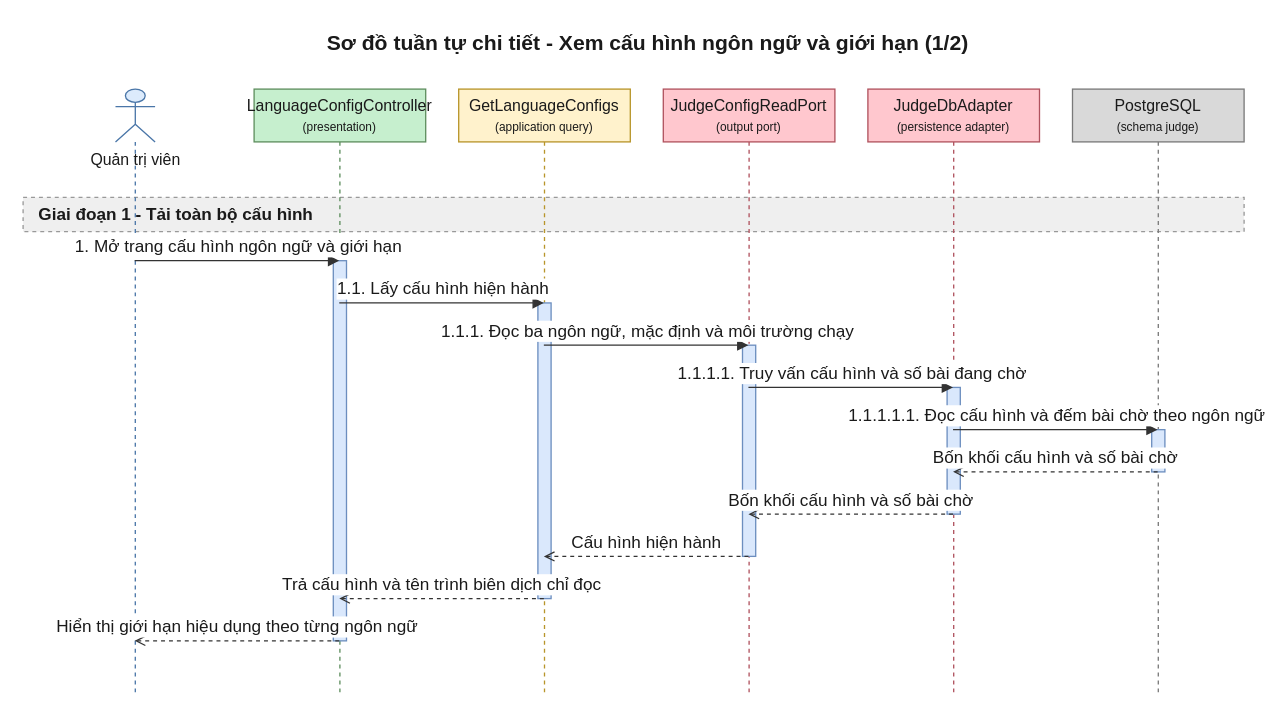
The draw.io diagram 08-diagram/sequence/admin/sequence_admin_cau_hinh_ngon_ngu_gioi_han_p1.drawio in daiphu1801/PRJ_ALGOPREP, before the edit. Source tidied: cells renumbered, new cells numbered last; positions are measured from the earlier drawing's top-left corner, leaving out a move shared by most shapes. Both pictures are drawn from the tidied source at 132%, with x=0, y=0 at pixel (22, 22).
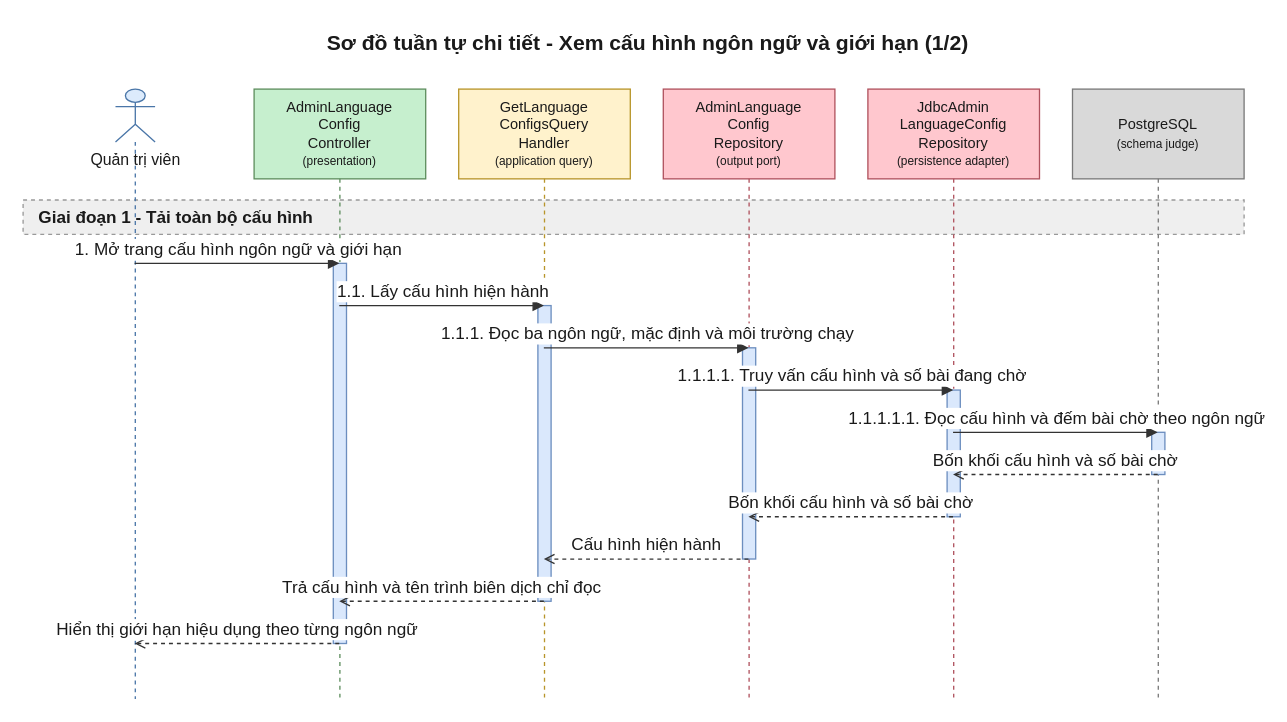
Above is the later version.

What changed in the source:
```diff
@@
     <mxCell id="3" value="Giai đoạn 1 - Tải toàn bộ cấu hình" style="algoprep=phase;rounded=0;whiteSpace=wrap;html=1;fillColor=#EFEFEF;strokeColor=#999999;dashed=1;align=left;verticalAlign=middle;spacingLeft=10;fontColor=#1A1A1A;fontSize=13;fontStyle=1;" parent="1" vertex="1">
-      <mxGeometry y="132" width="925" height="26" as="geometry" />
+      <mxGeometry y="134" width="925" height="26" as="geometry" />
     </mxCell>
     <mxCell id="4" value="Quản trị viên" style="shape=umlLifeline;participant=umlActor;perimeter=lifelinePerimeter;html=1;outlineConnect=0;size=40;verticalAlign=top;spacingTop=40;fillColor=#DCEBFC;strokeColor=#4A76A8;fontColor=#1A1A1A;" parent="1" vertex="1">
-      <mxGeometry x="70" y="50" width="30" height="460" as="geometry" />
+      <mxGeometry x="70" y="50" width="30" height="462" as="geometry" />
     </mxCell>
-    <mxCell id="5" value="LanguageConfigController&lt;br&gt;&lt;font style=&quot;font-size:9px&quot;&gt;(presentation)&lt;/font&gt;" style="shape=umlLifeline;perimeter=lifelinePerimeter;whiteSpace=wrap;html=1;outlineConnect=0;size=40;fillColor=#C6EFCE;strokeColor=#5E8E5E;fontColor=#1A1A1A;" parent="1" vertex="1">
-      <mxGeometry x="175" y="50" width="130" height="460" as="geometry" />
+    <mxCell id="5" value="AdminLanguage&lt;br&gt;Config&lt;br&gt;Controller&lt;br&gt;&lt;font style=&quot;font-size:9px&quot;&gt;(presentation)&lt;/font&gt;" style="shape=umlLifeline;perimeter=lifelinePerimeter;whiteSpace=wrap;html=1;outlineConnect=0;size=68;fontSize=11;fillColor=#C6EFCE;strokeColor=#5E8E5E;fontColor=#1A1A1A;" parent="1" vertex="1">
+      <mxGeometry x="175" y="50" width="130" height="462" as="geometry" />
     </mxCell>
-    <mxCell id="6" value="GetLanguageConfigs&lt;br&gt;&lt;font style=&quot;font-size:9px&quot;&gt;(application query)&lt;/font&gt;" style="shape=umlLifeline;perimeter=lifelinePerimeter;whiteSpace=wrap;html=1;outlineConnect=0;size=40;fillColor=#FFF2CC;strokeColor=#B8952A;fontColor=#1A1A1A;" parent="1" vertex="1">
-      <mxGeometry x="330" y="50" width="130" height="460" as="geometry" />
+    <mxCell id="6" value="GetLanguage&lt;br&gt;ConfigsQuery&lt;br&gt;Handler&lt;br&gt;&lt;font style=&quot;font-size:9px&quot;&gt;(application query)&lt;/font&gt;" style="shape=umlLifeline;perimeter=lifelinePerimeter;whiteSpace=wrap;html=1;outlineConnect=0;size=68;fontSize=11;fillColor=#FFF2CC;strokeColor=#B8952A;fontColor=#1A1A1A;" parent="1" vertex="1">
+      <mxGeometry x="330" y="50" width="130" height="462" as="geometry" />
     </mxCell>
-    <mxCell id="7" value="JudgeConfigReadPort&lt;br&gt;&lt;font style=&quot;font-size:9px&quot;&gt;(output port)&lt;/font&gt;" style="shape=umlLifeline;perimeter=lifelinePerimeter;whiteSpace=wrap;html=1;outlineConnect=0;size=40;fillColor=#FFC7CE;strokeColor=#B0525E;fontColor=#1A1A1A;" parent="1" vertex="1">
-      <mxGeometry x="485" y="50" width="130" height="460" as="geometry" />
+    <mxCell id="7" value="AdminLanguage&lt;br&gt;Config&lt;br&gt;Repository&lt;br&gt;&lt;font style=&quot;font-size:9px&quot;&gt;(output port)&lt;/font&gt;" style="shape=umlLifeline;perimeter=lifelinePerimeter;whiteSpace=wrap;html=1;outlineConnect=0;size=68;fontSize=11;fillColor=#FFC7CE;strokeColor=#B0525E;fontColor=#1A1A1A;" parent="1" vertex="1">
+      <mxGeometry x="485" y="50" width="130" height="462" as="geometry" />
     </mxCell>
-    <mxCell id="8" value="JudgeDbAdapter&lt;br&gt;&lt;font style=&quot;font-size:9px&quot;&gt;(persistence adapter)&lt;/font&gt;" style="shape=umlLifeline;perimeter=lifelinePerimeter;whiteSpace=wrap;html=1;outlineConnect=0;size=40;fillColor=#FFC7CE;strokeColor=#B0525E;fontColor=#1A1A1A;" parent="1" vertex="1">
-      <mxGeometry x="640" y="50" width="130" height="460" as="geometry" />
+    <mxCell id="8" value="JdbcAdmin&lt;br&gt;LanguageConfig&lt;br&gt;Repository&lt;br&gt;&lt;font style=&quot;font-size:9px&quot;&gt;(persistence adapter)&lt;/font&gt;" style="shape=umlLifeline;perimeter=lifelinePerimeter;whiteSpace=wrap;html=1;outlineConnect=0;size=68;fontSize=11;fillColor=#FFC7CE;strokeColor=#B0525E;fontColor=#1A1A1A;" parent="1" vertex="1">
+      <mxGeometry x="640" y="50" width="130" height="462" as="geometry" />
     </mxCell>
-    <mxCell id="9" value="PostgreSQL&lt;br&gt;&lt;font style=&quot;font-size:9px&quot;&gt;(schema judge)&lt;/font&gt;" style="shape=umlLifeline;perimeter=lifelinePerimeter;whiteSpace=wrap;html=1;outlineConnect=0;size=40;fillColor=#D9D9D9;strokeColor=#7A7A7A;fontColor=#1A1A1A;" parent="1" vertex="1">
-      <mxGeometry x="795" y="50" width="130" height="460" as="geometry" />
+    <mxCell id="9" value="PostgreSQL&lt;br&gt;&lt;font style=&quot;font-size:9px&quot;&gt;(schema judge)&lt;/font&gt;" style="shape=umlLifeline;perimeter=lifelinePerimeter;whiteSpace=wrap;html=1;outlineConnect=0;size=68;fontSize=11;fillColor=#D9D9D9;strokeColor=#7A7A7A;fontColor=#1A1A1A;" parent="1" vertex="1">
+      <mxGeometry x="795" y="50" width="130" height="462" as="geometry" />
     </mxCell>
     <mxCell id="10" style="html=1;perimeter=orthogonalPerimeter;targetShapes=umlLifeline;fillColor=#DAE8FC;strokeColor=#6C8EBF;" parent="9" vertex="1">
-      <mxGeometry x="60" y="258" width="10" height="32" as="geometry" />
+      <mxGeometry x="60" y="260" width="10" height="32" as="geometry" />
     </mxCell>
     <mxCell id="11" style="html=1;perimeter=orthogonalPerimeter;targetShapes=umlLifeline;fillColor=#DAE8FC;strokeColor=#6C8EBF;" parent="8" vertex="1">
-      <mxGeometry x="60" y="226" width="10" height="96" as="geometry" />
+      <mxGeometry x="60" y="228" width="10" height="96" as="geometry" />
     </mxCell>
     <mxCell id="12" style="html=1;perimeter=orthogonalPerimeter;targetShapes=umlLifeline;fillColor=#DAE8FC;strokeColor=#6C8EBF;" parent="7" vertex="1">
-      <mxGeometry x="60" y="194" width="10" height="160" as="geometry" />
+      <mxGeometry x="60" y="196" width="10" height="160" as="geometry" />
     </mxCell>
     <mxCell id="13" style="html=1;perimeter=orthogonalPerimeter;targetShapes=umlLifeline;fillColor=#DAE8FC;strokeColor=#6C8EBF;" parent="6" vertex="1">
-      <mxGeometry x="60" y="162" width="10" height="224" as="geometry" />
+      <mxGeometry x="60" y="164" width="10" height="224" as="geometry" />
     </mxCell>
     <mxCell id="14" style="html=1;perimeter=orthogonalPerimeter;targetShapes=umlLifeline;fillColor=#DAE8FC;strokeColor=#6C8EBF;" parent="5" vertex="1">
-      <mxGeometry x="60" y="130" width="10" height="288" as="geometry" />
+      <mxGeometry x="60" y="132" width="10" height="288" as="geometry" />
     </mxCell>
-    <mxCell id="15" value="1. Mở trang cấu hình ngôn ngữ và giới hạn" style="edgeStyle=none;html=1;endArrow=block;endFill=1;strokeColor=#333333;fontColor=#1A1A1A;fontSize=13;verticalAlign=bottom;exitX=0.5;exitY=0.2826;exitDx=0;exitDy=0;entryX=0.5;entryY=0.2826;entryDx=0;entryDy=0;" parent="1" edge="1" source="4" target="5">
+    <mxCell id="15" value="1. Mở trang cấu hình ngôn ngữ và giới hạn" style="edgeStyle=none;html=1;endArrow=block;endFill=1;strokeColor=#333333;fontColor=#1A1A1A;fontSize=13;verticalAlign=bottom;exitX=0.5;exitY=0.2857;exitDx=0;exitDy=0;entryX=0.5;entryY=0.2857;entryDx=0;entryDy=0;" parent="1" edge="1" source="4" target="5">
       <mxGeometry relative="1" as="geometry" />
     </mxCell>
-    <mxCell id="16" value="1.1. Lấy cấu hình hiện hành" style="edgeStyle=none;html=1;endArrow=block;endFill=1;strokeColor=#333333;fontColor=#1A1A1A;fontSize=13;verticalAlign=bottom;exitX=0.5;exitY=0.3522;exitDx=0;exitDy=0;entryX=0.5;entryY=0.3522;entryDx=0;entryDy=0;" parent="1" edge="1" source="5" target="6">
+    <mxCell id="16" value="1.1. Lấy cấu hình hiện hành" style="edgeStyle=none;html=1;endArrow=block;endFill=1;strokeColor=#333333;fontColor=#1A1A1A;fontSize=13;verticalAlign=bottom;exitX=0.5;exitY=0.3550;exitDx=0;exitDy=0;entryX=0.5;entryY=0.3550;entryDx=0;entryDy=0;" parent="1" edge="1" source="5" target="6">
       <mxGeometry relative="1" as="geometry" />
     </mxCell>
-    <mxCell id="17" value="1.1.1. Đọc ba ngôn ngữ, mặc định và môi trường chạy" style="edgeStyle=none;html=1;endArrow=block;endFill=1;strokeColor=#333333;fontColor=#1A1A1A;fontSize=13;verticalAlign=bottom;exitX=0.5;exitY=0.4217;exitDx=0;exitDy=0;entryX=0.5;entryY=0.4217;entryDx=0;entryDy=0;" parent="1" edge="1" source="6" target="7">
+    <mxCell id="17" value="1.1.1. Đọc ba ngôn ngữ, mặc định và môi trường chạy" style="edgeStyle=none;html=1;endArrow=block;endFill=1;strokeColor=#333333;fontColor=#1A1A1A;fontSize=13;verticalAlign=bottom;exitX=0.5;exitY=0.4242;exitDx=0;exitDy=0;entryX=0.5;entryY=0.4242;entryDx=0;entryDy=0;" parent="1" edge="1" source="6" target="7">
       <mxGeometry relative="1" as="geometry" />
     </mxCell>
-    <mxCell id="18" value="1.1.1.1. Truy vấn cấu hình và số bài đang chờ" style="edgeStyle=none;html=1;endArrow=block;endFill=1;strokeColor=#333333;fontColor=#1A1A1A;fontSize=13;verticalAlign=bottom;exitX=0.5;exitY=0.4913;exitDx=0;exitDy=0;entryX=0.5;entryY=0.4913;entryDx=0;entryDy=0;" parent="1" edge="1" source="7" target="8">
+    <mxCell id="18" value="1.1.1.1. Truy vấn cấu hình và số bài đang chờ" style="edgeStyle=none;html=1;endArrow=block;endFill=1;strokeColor=#333333;fontColor=#1A1A1A;fontSize=13;verticalAlign=bottom;exitX=0.5;exitY=0.4935;exitDx=0;exitDy=0;entryX=0.5;entryY=0.4935;entryDx=0;entryDy=0;" parent="1" edge="1" source="7" target="8">
       <mxGeometry relative="1" as="geometry" />
     </mxCell>
-    <mxCell id="19" value="1.1.1.1.1. Đọc cấu hình và đếm bài chờ theo ngôn ngữ" style="edgeStyle=none;html=1;endArrow=block;endFill=1;strokeColor=#333333;fontColor=#1A1A1A;fontSize=13;verticalAlign=bottom;exitX=0.5;exitY=0.5609;exitDx=0;exitDy=0;entryX=0.5;entryY=0.5609;entryDx=0;entryDy=0;" parent="1" edge="1" source="8" target="9">
+    <mxCell id="19" value="1.1.1.1.1. Đọc cấu hình và đếm bài chờ theo ngôn ngữ" style="edgeStyle=none;html=1;endArrow=block;endFill=1;strokeColor=#333333;fontColor=#1A1A1A;fontSize=13;verticalAlign=bottom;exitX=0.5;exitY=0.5628;exitDx=0;exitDy=0;entryX=0.5;entryY=0.5628;entryDx=0;entryDy=0;" parent="1" edge="1" source="8" target="9">
       <mxGeometry relative="1" as="geometry" />
     </mxCell>
-    <mxCell id="20" value="Bốn khối cấu hình và số bài chờ" style="edgeStyle=none;html=1;endArrow=open;endFill=0;dashed=1;strokeColor=#333333;fontColor=#1A1A1A;fontSize=13;verticalAlign=bottom;exitX=0.5;exitY=0.6304;exitDx=0;exitDy=0;entryX=0.5;entryY=0.6304;entryDx=0;entryDy=0;" parent="1" edge="1" source="9" target="8">
+    <mxCell id="20" value="Bốn khối cấu hình và số bài chờ" style="edgeStyle=none;html=1;endArrow=open;endFill=0;dashed=1;strokeColor=#333333;fontColor=#1A1A1A;fontSize=13;verticalAlign=bottom;exitX=0.5;exitY=0.6320;exitDx=0;exitDy=0;entryX=0.5;entryY=0.6320;entryDx=0;entryDy=0;" parent="1" edge="1" source="9" target="8">
       <mxGeometry relative="1" as="geometry" />
     </mxCell>
-    <mxCell id="21" value="Bốn khối cấu hình và số bài chờ" style="edgeStyle=none;html=1;endArrow=open;endFill=0;dashed=1;strokeColor=#333333;fontColor=#1A1A1A;fontSize=13;verticalAlign=bottom;exitX=0.5;exitY=0.7000;exitDx=0;exitDy=0;entryX=0.5;entryY=0.7000;entryDx=0;entryDy=0;" parent="1" edge="1" source="8" target="7">
+    <mxCell id="21" value="Bốn khối cấu hình và số bài chờ" style="edgeStyle=none;html=1;endArrow=open;endFill=0;dashed=1;strokeColor=#333333;fontColor=#1A1A1A;fontSize=13;verticalAlign=bottom;exitX=0.5;exitY=0.7013;exitDx=0;exitDy=0;entryX=0.5;entryY=0.7013;entryDx=0;entryDy=0;" parent="1" edge="1" source="8" target="7">
       <mxGeometry relative="1" as="geometry" />
     </mxCell>
-    <mxCell id="22" value="Cấu hình hiện hành" style="edgeStyle=none;html=1;endArrow=open;endFill=0;dashed=1;strokeColor=#333333;fontColor=#1A1A1A;fontSize=13;verticalAlign=bottom;exitX=0.5;exitY=0.7696;exitDx=0;exitDy=0;entryX=0.5;entryY=0.7696;entryDx=0;entryDy=0;" parent="1" edge="1" source="7" target="6">
+    <mxCell id="22" value="Cấu hình hiện hành" style="edgeStyle=none;html=1;endArrow=open;endFill=0;dashed=1;strokeColor=#333333;fontColor=#1A1A1A;fontSize=13;verticalAlign=bottom;exitX=0.5;exitY=0.7706;exitDx=0;exitDy=0;entryX=0.5;entryY=0.7706;entryDx=0;entryDy=0;" parent="1" edge="1" source="7" target="6">
       <mxGeometry relative="1" as="geometry" />
     </mxCell>
-    <mxCell id="23" value="Trả cấu hình và tên trình biên dịch chỉ đọc" style="edgeStyle=none;html=1;endArrow=open;endFill=0;dashed=1;strokeColor=#333333;fontColor=#1A1A1A;fontSize=13;verticalAlign=bottom;exitX=0.5;exitY=0.8391;exitDx=0;exitDy=0;entryX=0.5;entryY=0.8391;entryDx=0;entryDy=0;" parent="1" edge="1" source="6" target="5">
+    <mxCell id="23" value="Trả cấu hình và tên trình biên dịch chỉ đọc" style="edgeStyle=none;html=1;endArrow=open;endFill=0;dashed=1;strokeColor=#333333;fontColor=#1A1A1A;fontSize=13;verticalAlign=bottom;exitX=0.5;exitY=0.8398;exitDx=0;exitDy=0;entryX=0.5;entryY=0.8398;entryDx=0;entryDy=0;" parent="1" edge="1" source="6" target="5">
       <mxGeometry relative="1" as="geometry" />
     </mxCell>
-    <mxCell id="24" value="Hiển thị giới hạn hiệu dụng theo từng ngôn ngữ" style="edgeStyle=none;html=1;endArrow=open;endFill=0;dashed=1;strokeColor=#333333;fontColor=#1A1A1A;fontSize=13;verticalAlign=bottom;exitX=0.5;exitY=0.9087;exitDx=0;exitDy=0;entryX=0.5;entryY=0.9087;entryDx=0;entryDy=0;" parent="1" edge="1" source="5" target="4">
+    <mxCell id="24" value="Hiển thị giới hạn hiệu dụng theo từng ngôn ngữ" style="edgeStyle=none;html=1;endArrow=open;endFill=0;dashed=1;strokeColor=#333333;fontColor=#1A1A1A;fontSize=13;verticalAlign=bottom;exitX=0.5;exitY=0.9091;exitDx=0;exitDy=0;entryX=0.5;entryY=0.9091;entryDx=0;entryDy=0;" parent="1" edge="1" source="5" target="4">
       <mxGeometry relative="1" as="geometry" />
     </mxCell>
```
